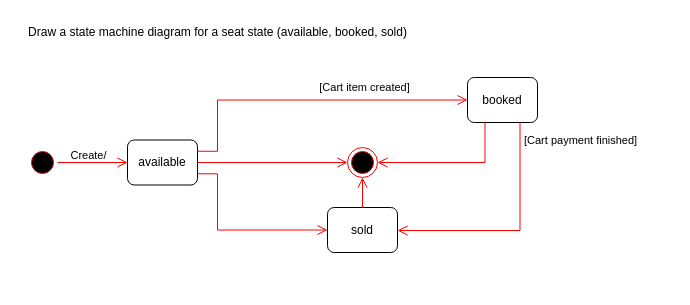
The draw.io diagram page "Seat states" (2 of 4) of docs/Diagrams.drawio in leg0ushque/ticket-management, before the edit. Source tidied: cells renumbered, new cells numbered last; positions are measured from the earlier drawing's top-left corner, leaving out a move shared by most shapes. Both pictures are drawn from the tidied source at 100%, with x=0, y=0 at pixel (17, 17).
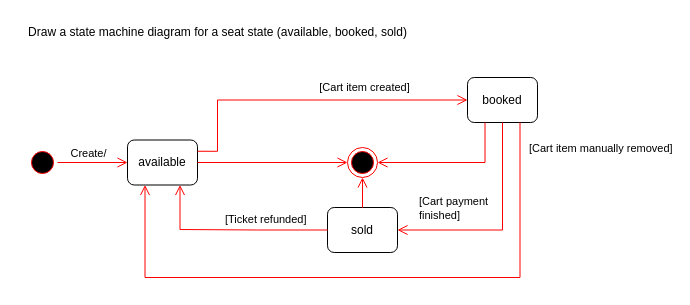
Above is the later version.

Unchanged cells that the change refers to:
```xml
<mxCell id="4" style="edgeStyle=orthogonalEdgeStyle;html=1;verticalAlign=bottom;endArrow=open;endSize=8;strokeColor=#ff0000;rounded=0;entryX=0;entryY=0.5;entryDx=0;entryDy=0;" parent="1" edge="1" source="3" target="6">
  <mxGeometry relative="1" as="geometry" />
</mxCell>
<mxCell id="6" value="available" style="rounded=1;whiteSpace=wrap;html=1;" parent="1" vertex="1">
  <mxGeometry x="110" y="122.5" width="70" height="45" as="geometry" />
</mxCell>
<mxCell id="8" value="booked" style="rounded=1;whiteSpace=wrap;html=1;" parent="1" vertex="1">
  <mxGeometry x="450" y="60" width="70" height="45" as="geometry" />
</mxCell>
<mxCell id="9" value="sold" style="rounded=1;whiteSpace=wrap;html=1;" parent="1" vertex="1">
  <mxGeometry x="310" y="190" width="70" height="45" as="geometry" />
</mxCell>
<mxCell id="12" style="edgeStyle=orthogonalEdgeStyle;html=1;verticalAlign=bottom;endArrow=open;endSize=8;strokeColor=#ff0000;rounded=0;exitX=1;exitY=0.25;exitDx=0;exitDy=0;entryX=0;entryY=0.5;entryDx=0;entryDy=0;" parent="1" edge="1" source="6" target="8">
  <mxGeometry relative="1" as="geometry">
    <Array as="points">
      <mxPoint x="200" y="134" />
      <mxPoint x="200" y="83" />
    </Array>
  </mxGeometry>
</mxCell>
```

The edit, as a diff of the source:
```diff
@@
     <mxCell id="5" value="Create/" style="edgeLabel;html=1;align=center;verticalAlign=middle;" parent="4" vertex="1">
       <mxGeometry x="-0.15" y="-2" relative="1" as="geometry">
-        <mxPoint y="-10" as="offset" />
+        <mxPoint y="-12" as="offset" />
       </mxGeometry>
     </mxCell>
@@
-    <mxCell id="11" style="edgeStyle=orthogonalEdgeStyle;html=1;verticalAlign=bottom;endArrow=open;endSize=8;strokeColor=#ff0000;rounded=0;exitX=1;exitY=0.75;exitDx=0;exitDy=0;entryX=0;entryY=0.5;entryDx=0;entryDy=0;" parent="1" edge="1" source="6" target="9">
-      <mxGeometry relative="1" as="geometry">
-        <Array as="points">
-          <mxPoint x="200" y="156" />
-          <mxPoint x="200" y="213" />
-        </Array>
-      </mxGeometry>
-    </mxCell>
@@
-    <mxCell id="13" value="[Cart payment finished]" style="edgeLabel;html=1;align=left;verticalAlign=middle;" parent="12" vertex="1">
+    <mxCell id="13" value="[Cart payment &lt;br&gt;finished]" style="edgeLabel;html=1;align=left;verticalAlign=middle;" parent="12" vertex="1">
       <mxGeometry x="0.42" relative="1" as="geometry">
-        <mxPoint x="148" y="40" as="offset" />
+        <mxPoint x="43" y="108" as="offset" />
       </mxGeometry>
     </mxCell>
@@
+    <mxCell id="18" value="[Cart item manually removed]" style="edgeLabel;html=1;align=left;verticalAlign=middle;" parent="12" vertex="1">
+      <mxGeometry x="0.42" relative="1" as="geometry">
+        <mxPoint x="153" y="48" as="offset" />
+      </mxGeometry>
+    </mxCell>
+    <mxCell id="19" value="[Ticket refunded]" style="edgeLabel;html=1;align=left;verticalAlign=middle;" parent="12" vertex="1">
+      <mxGeometry x="0.42" relative="1" as="geometry">
+        <mxPoint x="-151" y="119" as="offset" />
+      </mxGeometry>
+    </mxCell>
-    <mxCell id="15" style="edgeStyle=orthogonalEdgeStyle;html=1;verticalAlign=bottom;endArrow=open;endSize=8;strokeColor=#ff0000;rounded=0;exitX=0.75;exitY=1;exitDx=0;exitDy=0;" parent="1" edge="1" source="8" target="9">
+    <mxCell id="15" style="edgeStyle=orthogonalEdgeStyle;html=1;verticalAlign=bottom;endArrow=open;endSize=8;strokeColor=#ff0000;rounded=0;exitX=0.5;exitY=1;exitDx=0;exitDy=0;entryX=1;entryY=0.5;entryDx=0;entryDy=0;" parent="1" edge="1" source="8" target="9">
       <mxGeometry relative="1" as="geometry">
         <Array as="points">
-          <mxPoint x="503" y="213" />
+          <mxPoint x="485" y="212" />
+          <mxPoint x="380" y="212" />
         </Array>
       </mxGeometry>
     </mxCell>
@@
+    <mxCell id="20" style="edgeStyle=orthogonalEdgeStyle;html=1;verticalAlign=bottom;endArrow=open;endSize=8;strokeColor=#ff0000;rounded=0;exitX=0.75;exitY=1;exitDx=0;exitDy=0;entryX=0.25;entryY=1;entryDx=0;entryDy=0;" parent="1" edge="1" source="8" target="6">
+      <mxGeometry relative="1" as="geometry">
+        <Array as="points">
+          <mxPoint x="503" y="260" />
+          <mxPoint x="128" y="260" />
+        </Array>
+      </mxGeometry>
+    </mxCell>
+    <mxCell id="21" style="edgeStyle=orthogonalEdgeStyle;html=1;verticalAlign=bottom;endArrow=open;endSize=8;strokeColor=#ff0000;rounded=0;exitX=0;exitY=0.5;exitDx=0;exitDy=0;entryX=0.75;entryY=1;entryDx=0;entryDy=0;" parent="1" edge="1" source="9" target="6">
+      <mxGeometry relative="1" as="geometry">
+        <Array as="points">
+          <mxPoint x="240" y="212" />
+          <mxPoint x="163" y="212" />
+        </Array>
+      </mxGeometry>
+    </mxCell>
```
